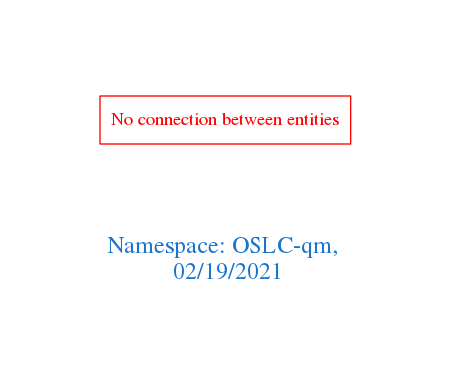
Before: downloads/OSLC-qm.png, a diagram exported from Graphviz (arago/OGIT). Its source is kept beside it as downloads/OSLC-qm.dot.
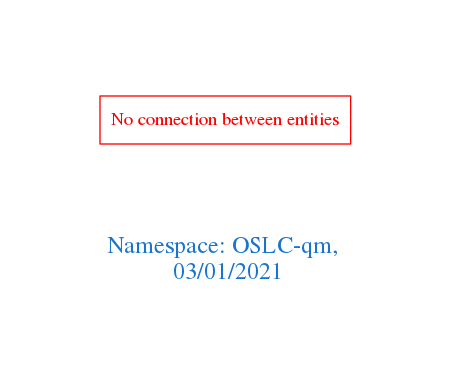
After the change.

Change to the diagram source:
```diff
@@ -1,7 +1,7 @@
 digraph OGIT_ontology {
  graph [ rankdir= LR,pad=1
 fontsize = 18,
-fontcolor= dodgerblue3,label = "\n\n\nNamespace: OSLC-qm, \n 02/19/2021"];
+fontcolor= dodgerblue3,label = "\n\n\nNamespace: OSLC-qm, \n 03/01/2021"];
 node[shape=polygon];
 edge [  color="gray81"];
 
```
